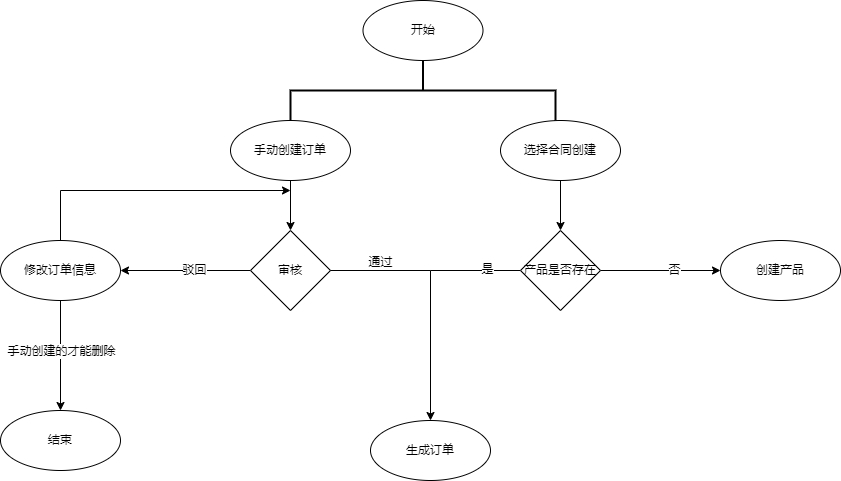
The draw.io diagram 订单创建流程.png in Jorwe/UML, before a commit. Source tidied: cells renumbered, new cells last; positions are measured from the earlier drawing's top-left corner, leaving out a move shared by most shapes.
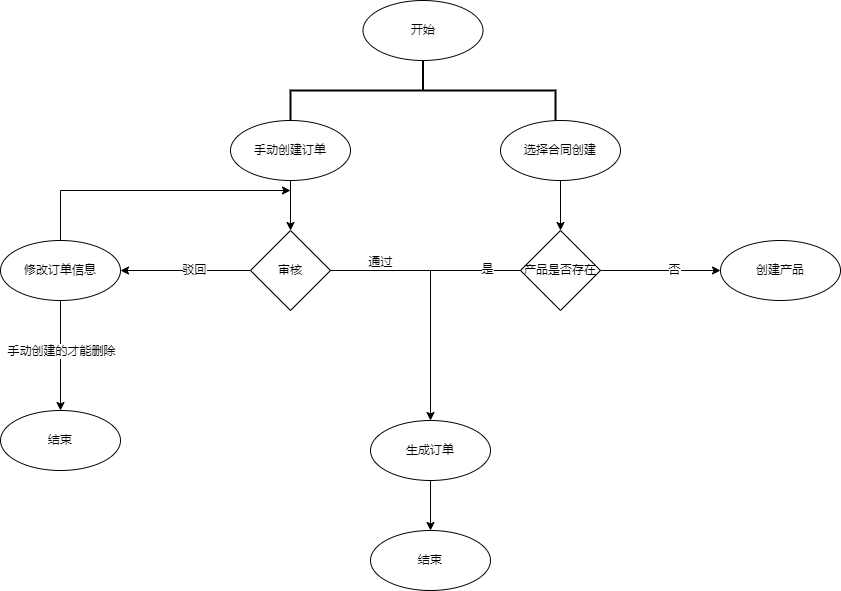
Above is the later version.

Commit message:
更新订单创建流程.png

Change to the diagram source:
```diff
@@ -33,6 +33,9 @@
     <mxCell id="10" value="创建产品" style="ellipse;whiteSpace=wrap;html=1;" parent="1" vertex="1">
       <mxGeometry x="720" y="240" width="120" height="60" as="geometry" />
     </mxCell>
+    <mxCell id="25" style="edgeStyle=orthogonalEdgeStyle;rounded=0;jettySize=auto;html=1;" parent="1" edge="1" source="11" target="26">
+      <mxGeometry relative="1" as="geometry" />
+    </mxCell>
     <mxCell id="11" value="生成订单" style="ellipse;whiteSpace=wrap;html=1;" parent="1" vertex="1">
       <mxGeometry x="370" y="420" width="120" height="60" as="geometry" />
     </mxCell>
@@ -90,5 +93,8 @@
     <mxCell id="24" value="通过" style="text;html=1;align=center;verticalAlign=middle;strokeColor=none;fillColor=none;" parent="1" vertex="1">
       <mxGeometry x="360" y="252" width="40" height="20" as="geometry" />
     </mxCell>
+    <mxCell id="26" value="结束" style="ellipse;whiteSpace=wrap;html=1;" parent="1" vertex="1">
+      <mxGeometry x="370" y="530" width="120" height="60" as="geometry" />
+    </mxCell>
   </root>
 </mxGraphModel>
```
